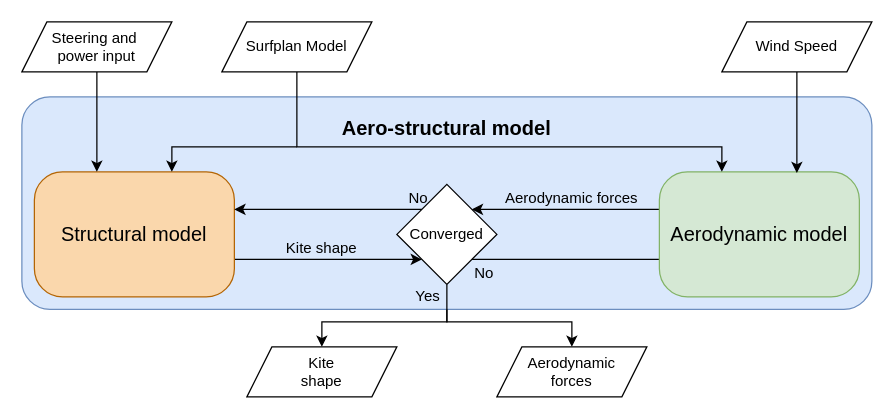
Earlier version of the draw.io diagram Figures/drawio/FSI_flowchart.drawio (PatrickRoel/Thesis). Source tidied: cells renumbered, new cells numbered last; positions are measured from the earlier drawing's top-left corner, leaving out a move shared by most shapes. Both pictures are drawn from the tidied source at 125%, with x=0, y=0 at pixel (21, 21).
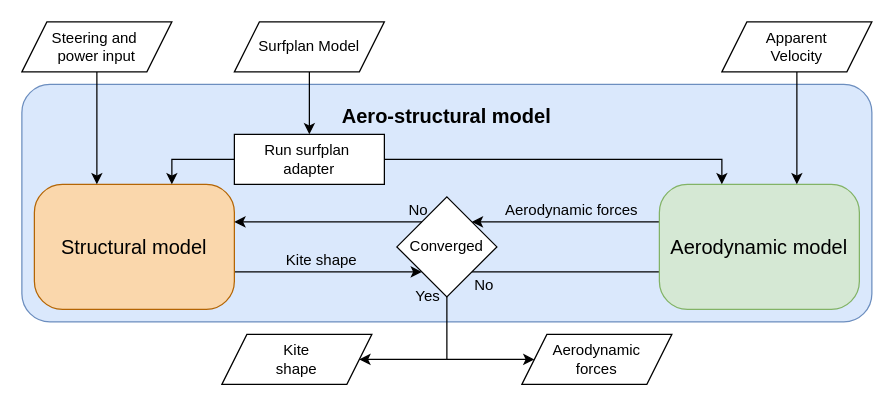
After the change.

Unchanged cells that the change refers to:
```xml
<mxCell id="6" value="&lt;div&gt;Steering and&amp;nbsp;&lt;/div&gt;&lt;div&gt;power input&lt;/div&gt;" style="shape=parallelogram;perimeter=parallelogramPerimeter;whiteSpace=wrap;html=1;fixedSize=1;" parent="1" vertex="1">
  <mxGeometry width="120" height="40" as="geometry" />
</mxCell>
<mxCell id="22" value="Yes" style="text;html=1;whiteSpace=wrap;strokeColor=none;fillColor=none;align=center;verticalAlign=middle;rounded=0;" parent="1" vertex="1">
  <mxGeometry x="310" y="200" width="30" height="40" as="geometry" />
</mxCell>
```

What changed in the source:
```diff
@@
     <mxCell id="2" style="rounded=1;whiteSpace=wrap;html=1;fillColor=#dae8fc;strokeColor=#6c8ebf;glass=0;shadow=0;arcSize=45;absoluteArcSize=1;fontStyle=0;fontSize=16;" parent="1" vertex="1">
-      <mxGeometry y="60" width="680" height="170" as="geometry" />
+      <mxGeometry y="50" width="680" height="190" as="geometry" />
     </mxCell>
     <mxCell id="3" style="edgeStyle=orthogonalEdgeStyle;rounded=0;jettySize=auto;html=1;entryX=0;entryY=1;entryDx=0;entryDy=0;" parent="1" edge="1" target="12">
       <mxGeometry relative="1" as="geometry">
-        <mxPoint x="120" y="190" as="sourcePoint" />
+        <mxPoint x="120" y="200" as="sourcePoint" />
         <Array as="points">
-          <mxPoint x="240" y="190" />
-          <mxPoint x="240" y="190" />
+          <mxPoint x="240" y="200" />
+          <mxPoint x="240" y="200" />
         </Array>
       </mxGeometry>
     </mxCell>
     <mxCell id="4" value="&lt;font&gt;&lt;span&gt;Structural model&lt;/span&gt;&lt;/font&gt;" style="rounded=1;whiteSpace=wrap;html=1;fillColor=#FAD7AC;strokeColor=#b46504;glass=0;shadow=0;arcSize=45;absoluteArcSize=1;fontStyle=0;fontSize=16;" parent="1" vertex="1">
-      <mxGeometry x="10" y="120" width="160" height="100" as="geometry" />
+      <mxGeometry x="10" y="130" width="160" height="100" as="geometry" />
     </mxCell>
     <mxCell id="5" style="edgeStyle=orthogonalEdgeStyle;rounded=0;jettySize=auto;html=1;" parent="1" edge="1" source="6">
       <mxGeometry relative="1" as="geometry">
-        <mxPoint x="60" y="120" as="targetPoint" />
+        <mxPoint x="60" y="130" as="targetPoint" />
       </mxGeometry>
     </mxCell>
@@
     <mxCell id="7" style="edgeStyle=orthogonalEdgeStyle;rounded=0;orthogonalLoop=1;jettySize=auto;html=1;" parent="1" edge="1">
       <mxGeometry relative="1" as="geometry">
-        <mxPoint x="220" y="100" as="sourcePoint" />
-        <mxPoint x="120" y="120" as="targetPoint" />
+        <mxPoint x="170" y="110" as="sourcePoint" />
+        <mxPoint x="120" y="130" as="targetPoint" />
         <Array as="points">
-          <mxPoint x="120" y="100" />
+          <mxPoint x="120" y="110" />
         </Array>
       </mxGeometry>
     </mxCell>
-    <mxCell id="8" value="Surfplan Model" style="shape=parallelogram;perimeter=parallelogramPerimeter;whiteSpace=wrap;html=1;fixedSize=1;" parent="1" vertex="1">
-      <mxGeometry x="160" width="120" height="40" as="geometry" />
-    </mxCell>
-    <mxCell id="9" style="edgeStyle=orthogonalEdgeStyle;rounded=0;jettySize=auto;html=1;entryX=0.5;entryY=0;entryDx=0;entryDy=0;exitX=1;exitY=0.75;exitDx=0;exitDy=0;" parent="1" edge="1" source="22" target="23">
-      <mxGeometry relative="1" as="geometry">
-        <Array as="points">
-          <mxPoint x="340" y="240" />
-          <mxPoint x="240" y="240" />
-        </Array>
-      </mxGeometry>
-    </mxCell>
-    <mxCell id="10" style="edgeStyle=orthogonalEdgeStyle;rounded=0;jettySize=auto;html=1;entryX=0.5;entryY=0;entryDx=0;entryDy=0;" parent="1" edge="1" source="12" target="24">
+    <mxCell id="10" style="edgeStyle=orthogonalEdgeStyle;rounded=0;jettySize=auto;html=1;entryX=0;entryY=0.5;entryDx=0;entryDy=0;" parent="1" edge="1" source="12" target="24">
       <mxGeometry relative="1" as="geometry">
         <Array as="points">
-          <mxPoint x="340" y="240" />
-          <mxPoint x="440" y="240" />
+          <mxPoint x="340" y="270" />
         </Array>
       </mxGeometry>
     </mxCell>
     <mxCell id="11" style="edgeStyle=orthogonalEdgeStyle;rounded=0;jettySize=auto;html=1;" parent="1" edge="1" source="12">
       <mxGeometry relative="1" as="geometry">
-        <mxPoint x="560" y="190" as="targetPoint" />
+        <mxPoint x="560" y="200" as="targetPoint" />
         <Array as="points">
-          <mxPoint x="420" y="190" />
-          <mxPoint x="420" y="190" />
+          <mxPoint x="420" y="200" />
+          <mxPoint x="420" y="200" />
         </Array>
       </mxGeometry>
     </mxCell>
     <mxCell id="12" value="Converged" style="rhombus;whiteSpace=wrap;html=1;" parent="1" vertex="1">
-      <mxGeometry x="300" y="130" width="80" height="80" as="geometry" />
+      <mxGeometry x="300" y="140" width="80" height="80" as="geometry" />
     </mxCell>
     <mxCell id="13" style="edgeStyle=orthogonalEdgeStyle;rounded=0;jettySize=auto;html=1;entryX=1;entryY=0;entryDx=0;entryDy=0;" parent="1" edge="1" target="12">
       <mxGeometry relative="1" as="geometry">
-        <mxPoint x="560" y="150" as="sourcePoint" />
+        <mxPoint x="560" y="160" as="sourcePoint" />
         <Array as="points">
-          <mxPoint x="500" y="150" />
-          <mxPoint x="500" y="150" />
+          <mxPoint x="500" y="160" />
+          <mxPoint x="500" y="160" />
         </Array>
       </mxGeometry>
     </mxCell>
     <mxCell id="14" value="&lt;font&gt;Aerodynamic model&lt;/font&gt;" style="rounded=1;whiteSpace=wrap;html=1;fillColor=#d5e8d4;strokeColor=#82b366;glass=0;shadow=0;arcSize=45;absoluteArcSize=1;fontSize=16;fontStyle=0;" parent="1" vertex="1">
-      <mxGeometry x="510" y="120" width="160" height="100" as="geometry" />
+      <mxGeometry x="510" y="130" width="160" height="100" as="geometry" />
     </mxCell>
-    <mxCell id="15" style="edgeStyle=orthogonalEdgeStyle;rounded=0;jettySize=auto;html=1;" parent="1" edge="1" source="8">
-      <mxGeometry relative="1" as="geometry">
-        <mxPoint x="560" y="120" as="targetPoint" />
-        <Array as="points">
-          <mxPoint x="220" y="100" />
-          <mxPoint x="560" y="100" />
-        </Array>
-      </mxGeometry>
-    </mxCell>
-    <mxCell id="16" value="Wind Speed" style="shape=parallelogram;perimeter=parallelogramPerimeter;whiteSpace=wrap;html=1;fixedSize=1;" parent="1" vertex="1">
+    <mxCell id="16" value="&lt;div&gt;Apparent&lt;/div&gt;&lt;div&gt;Velocity&lt;/div&gt;" style="shape=parallelogram;perimeter=parallelogramPerimeter;whiteSpace=wrap;html=1;fixedSize=1;" parent="1" vertex="1">
       <mxGeometry x="560" width="120" height="40" as="geometry" />
     </mxCell>
     <mxCell id="17" style="edgeStyle=orthogonalEdgeStyle;rounded=0;jettySize=auto;html=1;exitX=0;exitY=0;exitDx=0;exitDy=0;" parent="1" edge="1" source="12">
       <mxGeometry relative="1" as="geometry">
-        <mxPoint x="170" y="150" as="targetPoint" />
+        <mxPoint x="170" y="160" as="targetPoint" />
       </mxGeometry>
     </mxCell>
     <mxCell id="18" value="Aerodynamic forces" style="text;html=1;whiteSpace=wrap;strokeColor=none;fillColor=none;align=center;verticalAlign=bottom;rounded=0;" parent="1" vertex="1">
-      <mxGeometry x="360" y="120" width="160" height="30" as="geometry" />
+      <mxGeometry x="360" y="130" width="160" height="30" as="geometry" />
     </mxCell>
     <mxCell id="19" value="Kite shape" style="text;html=1;whiteSpace=wrap;strokeColor=none;fillColor=none;align=center;verticalAlign=bottom;rounded=0;" parent="1" vertex="1">
-      <mxGeometry x="160" y="160" width="160" height="30" as="geometry" />
+      <mxGeometry x="160" y="170" width="160" height="30" as="geometry" />
     </mxCell>
     <mxCell id="20" value="No" style="text;html=1;whiteSpace=wrap;strokeColor=none;fillColor=none;align=center;verticalAlign=bottom;rounded=0;" parent="1" vertex="1">
-      <mxGeometry x="305" y="130" width="25" height="20" as="geometry" />
+      <mxGeometry x="305" y="140" width="25" height="20" as="geometry" />
     </mxCell>
     <mxCell id="21" value="No" style="text;html=1;whiteSpace=wrap;strokeColor=none;fillColor=none;align=center;verticalAlign=bottom;rounded=0;" parent="1" vertex="1">
-      <mxGeometry x="360" y="190" width="20" height="20" as="geometry" />
+      <mxGeometry x="360" y="200" width="20" height="20" as="geometry" />
     </mxCell>
@@
+    <mxCell id="27" style="edgeStyle=orthogonalEdgeStyle;rounded=0;jettySize=auto;html=1;startArrow=classic;startFill=1;endArrow=none;endFill=0;" parent="1" edge="1" source="23">
+      <mxGeometry relative="1" as="geometry">
+        <mxPoint x="340" y="270" as="targetPoint" />
+      </mxGeometry>
+    </mxCell>
     <mxCell id="23" value="&lt;div&gt;Kite&lt;/div&gt;&lt;div&gt;shape&lt;/div&gt;" style="shape=parallelogram;perimeter=parallelogramPerimeter;whiteSpace=wrap;html=1;fixedSize=1;" parent="1" vertex="1">
-      <mxGeometry x="180" y="260" width="120" height="40" as="geometry" />
+      <mxGeometry x="160" y="250" width="120" height="40" as="geometry" />
     </mxCell>
     <mxCell id="24" value="&lt;div&gt;Aerodynamic&lt;/div&gt;&lt;div&gt;forces&lt;/div&gt;" style="shape=parallelogram;perimeter=parallelogramPerimeter;whiteSpace=wrap;html=1;fixedSize=1;" parent="1" vertex="1">
-      <mxGeometry x="380" y="260" width="120" height="40" as="geometry" />
+      <mxGeometry x="400" y="250" width="120" height="40" as="geometry" />
     </mxCell>
     <mxCell id="25" style="edgeStyle=orthogonalEdgeStyle;rounded=0;jettySize=auto;html=1;" parent="1" edge="1" source="16">
       <mxGeometry relative="1" as="geometry">
-        <mxPoint x="620" y="121" as="targetPoint" />
+        <mxPoint x="620" y="130" as="targetPoint" />
         <Array as="points">
           <mxPoint x="620" y="121" />
         </Array>
       </mxGeometry>
     </mxCell>
     <mxCell id="26" value="Aero-structural model" style="text;html=1;whiteSpace=wrap;strokeColor=none;fillColor=none;align=center;verticalAlign=middle;rounded=0;fontStyle=1;fontSize=16;" parent="1" vertex="1">
-      <mxGeometry x="80" y="70" width="520" height="30" as="geometry" />
+      <mxGeometry y="60" width="680" height="30" as="geometry" />
     </mxCell>
+    <mxCell id="28" style="edgeStyle=orthogonalEdgeStyle;rounded=0;jettySize=auto;html=1;" parent="1" edge="1" source="8" target="30">
+      <mxGeometry relative="1" as="geometry" />
+    </mxCell>
+    <mxCell id="29" style="edgeStyle=orthogonalEdgeStyle;rounded=0;orthogonalLoop=1;jettySize=auto;html=1;" parent="1" edge="1">
+      <mxGeometry relative="1" as="geometry">
+        <mxPoint x="290" y="110" as="sourcePoint" />
+        <mxPoint x="560" y="130" as="targetPoint" />
+        <Array as="points">
+          <mxPoint x="560" y="110" />
+        </Array>
+      </mxGeometry>
+    </mxCell>
+    <mxCell id="30" value="&lt;div&gt;Run surfplan&amp;nbsp;&lt;/div&gt;&lt;div&gt;adapter&lt;/div&gt;" style="rounded=0;whiteSpace=wrap;html=1;" parent="1" vertex="1">
+      <mxGeometry x="170" y="90" width="120" height="40" as="geometry" />
+    </mxCell>
+    <mxCell id="8" value="Surfplan Model" style="shape=parallelogram;perimeter=parallelogramPerimeter;whiteSpace=wrap;html=1;fixedSize=1;" parent="1" vertex="1">
+      <mxGeometry x="170" width="120" height="40" as="geometry" />
+    </mxCell>
```
